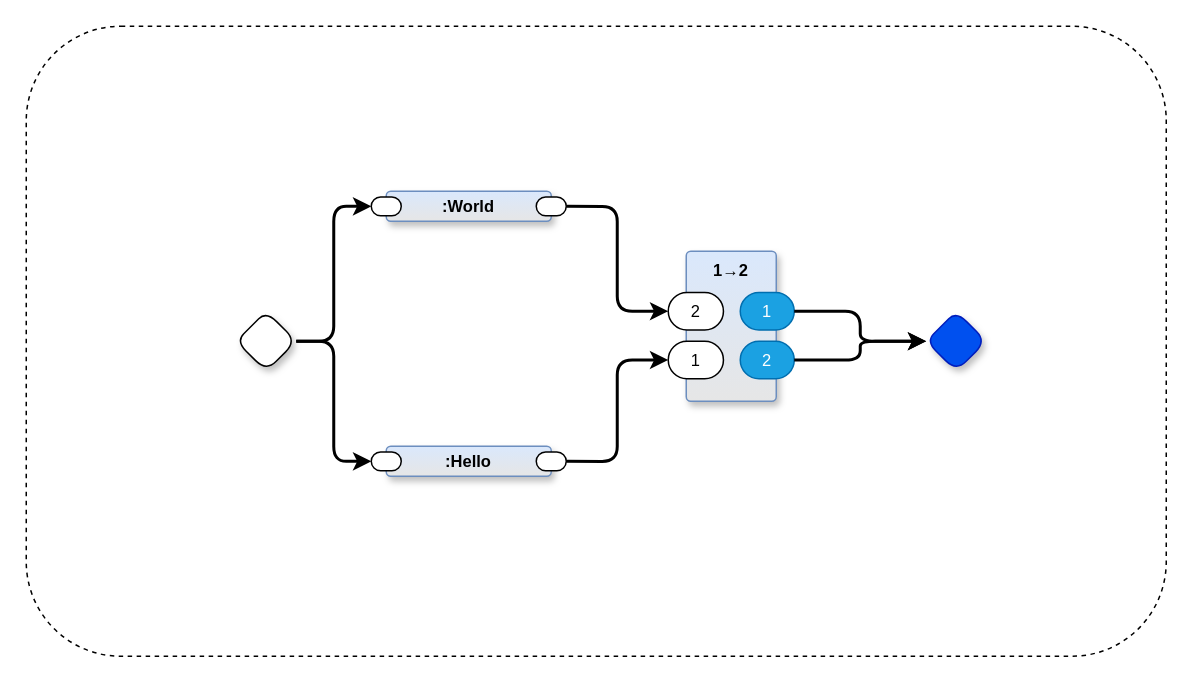
Before: helloworld.drawio in guitarvydas/pbp_helloworld, a draw.io diagram. Source tidied: cells renumbered, new cells numbered last; positions are measured from the earlier drawing's top-left corner, leaving out a move shared by most shapes. Both pictures are drawn from the tidied source at 150%, with x=0, y=0 at pixel (26, 26).
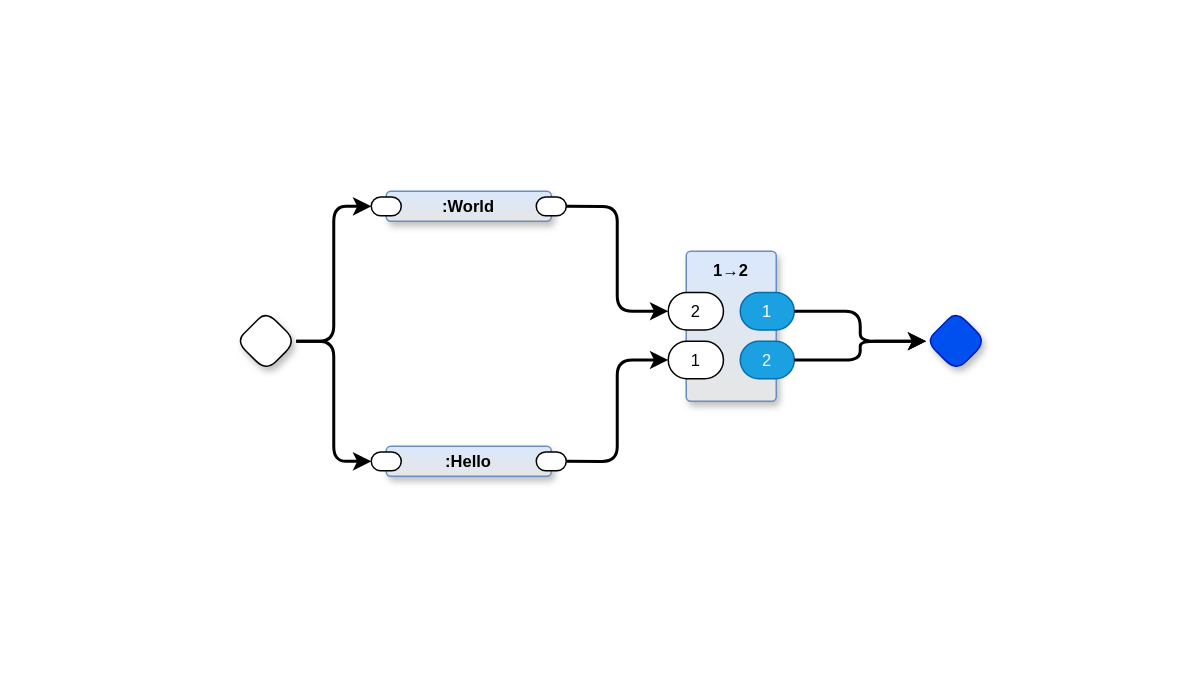
The same diagram, later.

The edit, as a diff of the source:
```diff
@@
-    <mxCell id="2" style="rounded=1;whiteSpace=wrap;html=1;dashed=1;fillColor=none;" parent="1" vertex="1">
-      <mxGeometry width="760" height="420" as="geometry" />
-    </mxCell>
```
